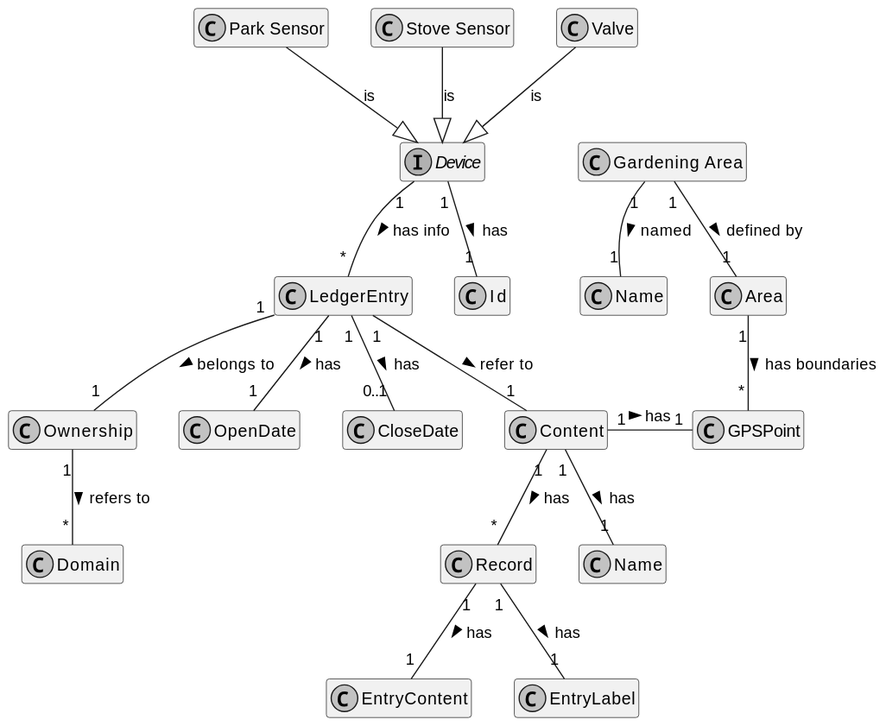
FilipeMCruz/sensae-console keeps this PlantUML diagram as docs/services/smart-irrigation/diagrams/model.svg. Above is the earlier version.
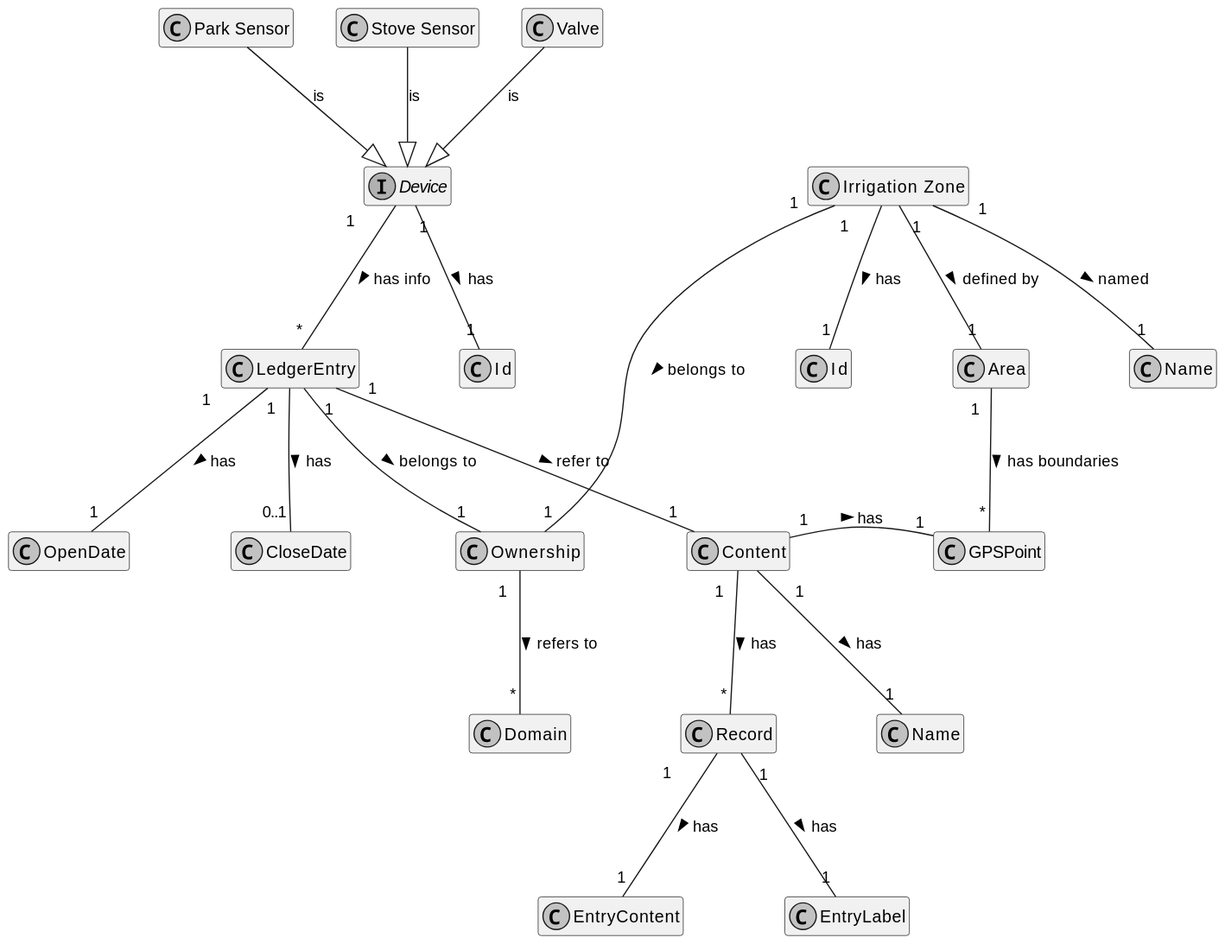
The same diagram one commit later.

Commit message:
Updated docs gardening area -> irrigation zone

The edit, as a diff of the source:
```diff
@@ -12,7 +12,7 @@
 
 class Valve
 
-class Garden as "Gardening Area"
+class Garden as "Irrigation Zone"
 
 class GardenName as "Name"
 
@@ -33,6 +33,7 @@
 class Name
 
 class Id
+class Id2 as "Id"
 
 class GPSPoint
 
@@ -50,10 +51,12 @@
 StoveSensor --|> Device : is
 Device "1" -- "*" LedgerEntry: has info >
 Device "1" -- "1" Id: has >
+Garden "1" -- "1" Id2: has >
 LedgerEntry "1" -- "1" OpenDate: has >
 LedgerEntry "1" -- "0..1" CloseDate: has >
 LedgerEntry "1" -- "1" Content: refer to >
 LedgerEntry "1" -- "1" Ownership: belongs to >
+Garden "1" -- "1" Ownership: belongs to >
 Content "1" -- "*" Record: has >
 Content "1" -- "1" Name: has >
 Content "1" - "1" GPSPoint: has >
```
